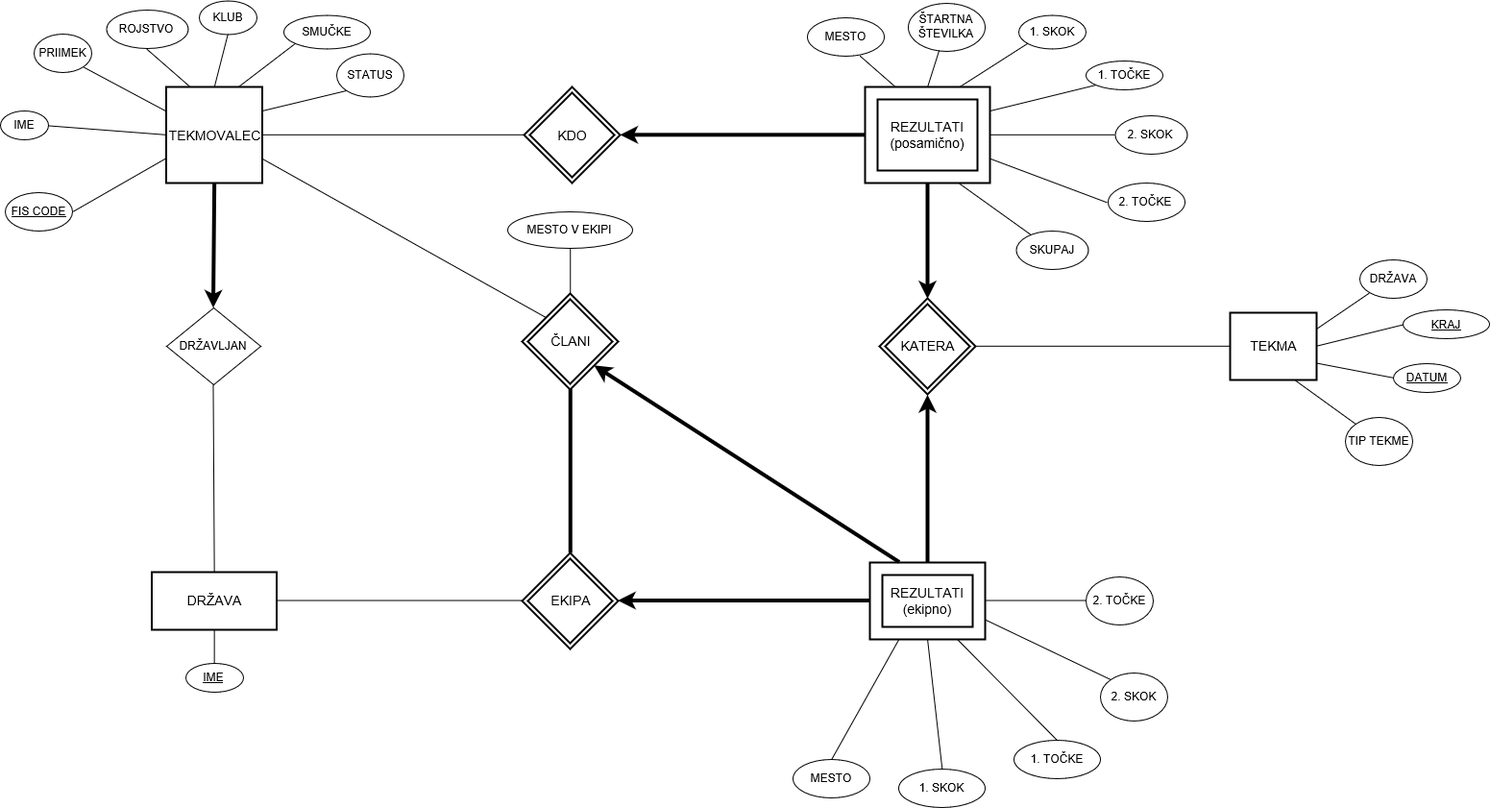
This is ER-diagram.png from Tejchy85/Skoki, a draw.io export, as it was before one commit. Source tidied: cells renumbered, new cells last; positions are measured from the earlier drawing's top-left corner, leaving out a move shared by most shapes.
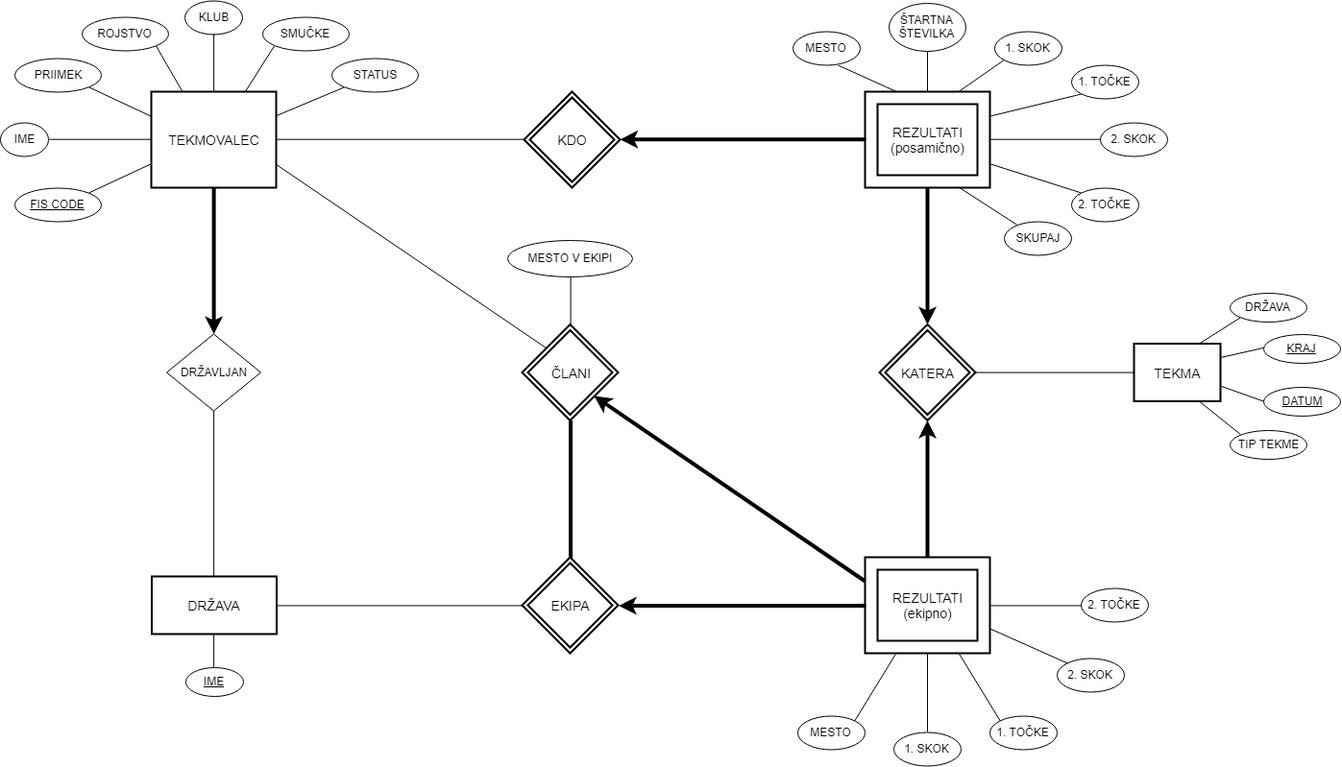
Above is the later version.

Change to the diagram source:
```diff
@@ -3,114 +3,114 @@
     <mxCell id="0" />
     <mxCell id="1" parent="0" />
     <mxCell id="2" value="2. SKOK" style="ellipse;whiteSpace=wrap;html=1;strokeWidth=1;" parent="1" vertex="1">
-      <mxGeometry x="1160" y="120" width="75" height="40" as="geometry" />
+      <mxGeometry x="1145" y="122.5" width="70" height="35" as="geometry" />
     </mxCell>
     <mxCell id="3" value="1. TOČKE" style="ellipse;whiteSpace=wrap;html=1;strokeWidth=1;" parent="1" vertex="1">
-      <mxGeometry x="1130" y="62.5" width="80" height="30" as="geometry" />
+      <mxGeometry x="1115" y="62.5" width="70" height="35" as="geometry" />
     </mxCell>
     <mxCell id="4" value="2. TOČKE" style="ellipse;whiteSpace=wrap;html=1;strokeWidth=1;" parent="1" vertex="1">
-      <mxGeometry x="1152.5" y="190" width="80" height="40" as="geometry" />
+      <mxGeometry x="1115" y="190" width="70" height="35" as="geometry" />
     </mxCell>
     <mxCell id="5" value="SKUPAJ" style="ellipse;whiteSpace=wrap;html=1;strokeWidth=1;" parent="1" vertex="1">
-      <mxGeometry x="1057.5" y="240" width="75" height="40" as="geometry" />
+      <mxGeometry x="1045" y="225" width="70" height="35" as="geometry" />
     </mxCell>
     <mxCell id="6" value="KATERA&lt;br&gt;" style="shape=rhombus;double=1;strokeWidth=2;fontSize=17;perimeter=rhombusPerimeter;whiteSpace=wrap;html=1;align=center;fontSize=14;" parent="1" vertex="1">
-      <mxGeometry x="915" y="310" width="100" height="100" as="geometry" />
+      <mxGeometry x="915" y="332.5" width="100" height="100" as="geometry" />
     </mxCell>
     <mxCell id="7" value="TEKMA&lt;br&gt;" style="strokeWidth=2;whiteSpace=wrap;html=1;align=center;fontSize=14;" parent="1" vertex="1">
-      <mxGeometry x="1280" y="325" width="90" height="70" as="geometry" />
+      <mxGeometry x="1180" y="352.5" width="90" height="60" as="geometry" />
     </mxCell>
     <mxCell id="8" style="edgeStyle=none;rounded=0;jettySize=auto;html=1;exitX=0.5;exitY=1;exitDx=0;exitDy=0;entryX=0.5;entryY=0;entryDx=0;entryDy=0;strokeWidth=4;" parent="1" edge="1" source="9" target="24">
       <mxGeometry relative="1" as="geometry" />
     </mxCell>
     <mxCell id="9" value="TEKMOVALEC&lt;br&gt;" style="strokeWidth=2;whiteSpace=wrap;html=1;align=center;fontSize=14;" parent="1" vertex="1">
-      <mxGeometry x="172.5" y="90" width="100" height="100" as="geometry" />
+      <mxGeometry x="157" y="90" width="130" height="100" as="geometry" />
     </mxCell>
     <mxCell id="10" value="IME" style="ellipse;whiteSpace=wrap;html=1;" parent="1" vertex="1">
-      <mxGeometry y="115" width="50" height="30" as="geometry" />
+      <mxGeometry y="122.5" width="50" height="35" as="geometry" />
     </mxCell>
     <mxCell id="11" value="DRŽAVA&lt;br&gt;" style="strokeWidth=2;whiteSpace=wrap;html=1;align=center;fontSize=14;" parent="1" vertex="1">
       <mxGeometry x="157.5" y="595" width="130" height="60" as="geometry" />
     </mxCell>
     <mxCell id="12" value="PRIIMEK" style="ellipse;whiteSpace=wrap;html=1;" parent="1" vertex="1">
-      <mxGeometry x="35" y="35" width="60" height="40" as="geometry" />
+      <mxGeometry x="15" y="55" width="90" height="35" as="geometry" />
     </mxCell>
-    <mxCell id="13" value="&lt;u&gt;KRAJ&lt;/u&gt;" style="ellipse;whiteSpace=wrap;html=1;strokeWidth=1;" parent="1" vertex="1">
-      <mxGeometry x="1460" y="322.5" width="90" height="30" as="geometry" />
+    <mxCell id="13" value="KRAJ" style="ellipse;strokeWidth=1;whiteSpace=wrap;html=1;fontStyle=4;" parent="1" vertex="1">
+      <mxGeometry x="1315" y="342.5" width="80" height="30" as="geometry" />
     </mxCell>
     <mxCell id="14" value="ROJSTVO" style="ellipse;whiteSpace=wrap;html=1;" parent="1" vertex="1">
-      <mxGeometry x="110" y="10" width="85" height="40" as="geometry" />
+      <mxGeometry x="85" y="12.5" width="90" height="35" as="geometry" />
     </mxCell>
     <mxCell id="15" value="&lt;u&gt;DATUM&lt;/u&gt;" style="ellipse;whiteSpace=wrap;html=1;strokeWidth=1;" parent="1" vertex="1">
-      <mxGeometry x="1450" y="378" width="70" height="30" as="geometry" />
+      <mxGeometry x="1315" y="397.5" width="80" height="30" as="geometry" />
     </mxCell>
     <mxCell id="16" value="KLUB" style="ellipse;whiteSpace=wrap;html=1;" parent="1" vertex="1">
-      <mxGeometry x="207" width="60" height="35" as="geometry" />
+      <mxGeometry x="192" y="-5" width="60" height="35" as="geometry" />
     </mxCell>
     <mxCell id="17" value="DRŽAVA" style="ellipse;whiteSpace=wrap;html=1;strokeWidth=1;" parent="1" vertex="1">
-      <mxGeometry x="1415" y="270" width="70" height="40" as="geometry" />
+      <mxGeometry x="1280" y="300" width="80" height="30" as="geometry" />
     </mxCell>
     <mxCell id="18" value="STATUS" style="ellipse;whiteSpace=wrap;html=1;" parent="1" vertex="1">
-      <mxGeometry x="350" y="55" width="70" height="45" as="geometry" />
+      <mxGeometry x="345" y="55" width="90" height="35" as="geometry" />
     </mxCell>
-    <mxCell id="19" value="TIP TEKME" style="ellipse;whiteSpace=wrap;html=1;strokeWidth=1;" parent="1" vertex="1">
-      <mxGeometry x="1400" y="434" width="70" height="50" as="geometry" />
+    <mxCell id="19" value="&lt;span&gt;TIP TEKME&lt;/span&gt;" style="ellipse;whiteSpace=wrap;html=1;strokeWidth=1;fontStyle=0;" parent="1" vertex="1">
+      <mxGeometry x="1280" y="442.5" width="80" height="30" as="geometry" />
     </mxCell>
     <mxCell id="20" value="SMUČKE" style="ellipse;whiteSpace=wrap;html=1;" parent="1" vertex="1">
-      <mxGeometry x="295" y="15" width="90" height="35" as="geometry" />
+      <mxGeometry x="272.5" y="12.5" width="90" height="35" as="geometry" />
     </mxCell>
     <mxCell id="21" value="&lt;u&gt;IME&lt;/u&gt;" style="ellipse;whiteSpace=wrap;html=1;" parent="1" vertex="1">
       <mxGeometry x="192.5" y="690" width="60" height="30" as="geometry" />
     </mxCell>
     <mxCell id="22" value="MESTO" style="ellipse;whiteSpace=wrap;html=1;" parent="1" vertex="1">
-      <mxGeometry x="840" y="17.5" width="80" height="40" as="geometry" />
+      <mxGeometry x="825" y="27.5" width="70" height="35" as="geometry" />
     </mxCell>
     <mxCell id="23" value="ŠTARTNA ŠTEVILKA" style="ellipse;whiteSpace=wrap;html=1;" parent="1" vertex="1">
-      <mxGeometry x="945" y="2.5" width="80" height="50" as="geometry" />
+      <mxGeometry x="925" y="-2.5" width="80" height="50" as="geometry" />
     </mxCell>
     <mxCell id="24" value="DRŽAVLJAN" style="rhombus;whiteSpace=wrap;html=1;" parent="1" vertex="1">
-      <mxGeometry x="173" y="320" width="98" height="80" as="geometry" />
+      <mxGeometry x="173" y="342.5" width="98" height="80" as="geometry" />
     </mxCell>
     <mxCell id="25" value="KDO&lt;br&gt;" style="shape=rhombus;double=1;strokeWidth=2;fontSize=17;perimeter=rhombusPerimeter;whiteSpace=wrap;html=1;align=center;fontSize=14;" parent="1" vertex="1">
       <mxGeometry x="545" y="90" width="100" height="100" as="geometry" />
     </mxCell>
     <mxCell id="26" value="REZULTATI (ekipno)&lt;br&gt;" style="shape=ext;strokeWidth=2;margin=10;double=1;whiteSpace=wrap;html=1;align=center;fontSize=14;" parent="1" vertex="1">
-      <mxGeometry x="905" y="585" width="120" height="80" as="geometry" />
+      <mxGeometry x="900" y="575" width="130" height="100" as="geometry" />
     </mxCell>
     <mxCell id="27" value="1. SKOK" style="ellipse;whiteSpace=wrap;html=1;strokeWidth=1;" parent="1" vertex="1">
-      <mxGeometry x="1060" y="15" width="70" height="35" as="geometry" />
+      <mxGeometry x="1035" y="27.5" width="70" height="35" as="geometry" />
     </mxCell>
     <mxCell id="28" value="&lt;u&gt;FIS CODE&lt;/u&gt;" style="ellipse;whiteSpace=wrap;html=1;" parent="1" vertex="1">
-      <mxGeometry x="5" y="200" width="70" height="40" as="geometry" />
+      <mxGeometry x="15" y="190" width="90" height="35" as="geometry" />
     </mxCell>
     <mxCell id="29" value="REZULTATI (posamično)&lt;br&gt;" style="shape=ext;strokeWidth=2;margin=10;double=1;whiteSpace=wrap;html=1;align=center;fontSize=14;" parent="1" vertex="1">
       <mxGeometry x="900" y="90" width="130" height="100" as="geometry" />
     </mxCell>
     <mxCell id="30" value="1. SKOK&lt;br&gt;" style="ellipse;whiteSpace=wrap;html=1;strokeWidth=1;" parent="1" vertex="1">
-      <mxGeometry x="935" y="800" width="90" height="40" as="geometry" />
+      <mxGeometry x="930" y="757.5" width="70" height="35" as="geometry" />
     </mxCell>
     <mxCell id="31" value="2. SKOK" style="ellipse;whiteSpace=wrap;html=1;strokeWidth=1;" parent="1" vertex="1">
-      <mxGeometry x="1145" y="700" width="70" height="50" as="geometry" />
+      <mxGeometry x="1100" y="680" width="70" height="35" as="geometry" />
     </mxCell>
     <mxCell id="32" value="2. TOČKE" style="ellipse;whiteSpace=wrap;html=1;strokeWidth=1;" parent="1" vertex="1">
-      <mxGeometry x="1130" y="600" width="70" height="50" as="geometry" />
+      <mxGeometry x="1125" y="607.5" width="70" height="35" as="geometry" />
     </mxCell>
     <mxCell id="33" value="MESTO" style="ellipse;whiteSpace=wrap;html=1;strokeWidth=1;" parent="1" vertex="1">
-      <mxGeometry x="825" y="790" width="80" height="40" as="geometry" />
+      <mxGeometry x="830" y="740" width="70" height="35" as="geometry" />
     </mxCell>
     <mxCell id="34" value="1. TOČKE" style="ellipse;whiteSpace=wrap;html=1;strokeWidth=1;" parent="1" vertex="1">
-      <mxGeometry x="1055" y="770" width="90" height="40" as="geometry" />
+      <mxGeometry x="1030" y="740" width="70" height="35" as="geometry" />
     </mxCell>
     <mxCell id="35" value="ČLANI&lt;br&gt;" style="shape=rhombus;double=1;strokeWidth=2;fontSize=17;perimeter=rhombusPerimeter;whiteSpace=wrap;html=1;align=center;fontSize=14;" parent="1" vertex="1">
-      <mxGeometry x="543" y="305" width="100" height="100" as="geometry" />
+      <mxGeometry x="543" y="332.5" width="100" height="100" as="geometry" />
     </mxCell>
     <mxCell id="36" value="EKIPA&lt;br&gt;" style="shape=rhombus;double=1;strokeWidth=2;fontSize=17;perimeter=rhombusPerimeter;whiteSpace=wrap;html=1;align=center;fontSize=14;" parent="1" vertex="1">
       <mxGeometry x="543" y="575" width="100" height="100" as="geometry" />
     </mxCell>
     <mxCell id="37" value="MESTO V EKIPI" style="ellipse;whiteSpace=wrap;html=1;strokeWidth=1;" parent="1" vertex="1">
-      <mxGeometry x="528" y="220" width="130" height="38" as="geometry" />
+      <mxGeometry x="528" y="245" width="130" height="38" as="geometry" />
     </mxCell>
-    <mxCell id="38" style="endArrow=none;html=1;entryX=0;entryY=0.75;entryDx=0;entryDy=0;exitX=1;exitY=0.5;exitDx=0;exitDy=0;" parent="1" edge="1" source="28" target="9">
+    <mxCell id="38" style="endArrow=none;html=1;entryX=0;entryY=0.75;entryDx=0;entryDy=0;exitX=1;exitY=0;exitDx=0;exitDy=0;" parent="1" edge="1" source="28" target="9">
       <mxGeometry relative="1" as="geometry" />
     </mxCell>
     <mxCell id="39" style="endArrow=none;html=1;exitX=0.675;exitY=1.013;exitDx=0;exitDy=0;exitPerimeter=0;entryX=0.25;entryY=0;entryDx=0;entryDy=0;" parent="1" edge="1" source="22" target="29">
@@ -122,7 +122,7 @@
     <mxCell id="41" style="endArrow=none;html=1;entryX=0;entryY=0.25;entryDx=0;entryDy=0;exitX=1;exitY=1;exitDx=0;exitDy=0;" parent="1" edge="1" source="12" target="9">
       <mxGeometry relative="1" as="geometry" />
     </mxCell>
-    <mxCell id="42" style="endArrow=none;html=1;entryX=0.5;entryY=1;entryDx=0;entryDy=0;exitX=0.25;exitY=0;exitDx=0;exitDy=0;" parent="1" edge="1" source="9" target="14">
+    <mxCell id="42" style="endArrow=none;html=1;entryX=1;entryY=1;entryDx=0;entryDy=0;exitX=0.25;exitY=0;exitDx=0;exitDy=0;" parent="1" edge="1" source="9" target="14">
       <mxGeometry relative="1" as="geometry" />
     </mxCell>
     <mxCell id="43" style="endArrow=none;html=1;entryX=0.5;entryY=1;entryDx=0;entryDy=0;exitX=0.5;exitY=0;exitDx=0;exitDy=0;" parent="1" edge="1" source="9" target="16">
@@ -155,10 +155,10 @@
     <mxCell id="52" style="endArrow=none;html=1;exitX=0;exitY=1;exitDx=0;exitDy=0;entryX=1;entryY=0.25;entryDx=0;entryDy=0;" parent="1" edge="1" source="3" target="29">
       <mxGeometry relative="1" as="geometry" />
     </mxCell>
-    <mxCell id="53" style="endArrow=none;html=1;entryX=0.25;entryY=1;entryDx=0;entryDy=0;exitX=0.5;exitY=0;exitDx=0;exitDy=0;" parent="1" edge="1" source="33" target="26">
+    <mxCell id="53" style="endArrow=none;html=1;entryX=0.25;entryY=1;entryDx=0;entryDy=0;exitX=1;exitY=0;exitDx=0;exitDy=0;" parent="1" edge="1" source="33" target="26">
       <mxGeometry relative="1" as="geometry" />
     </mxCell>
-    <mxCell id="54" style="endArrow=none;html=1;exitX=0;exitY=0.5;exitDx=0;exitDy=0;entryX=1;entryY=0.75;entryDx=0;entryDy=0;" parent="1" edge="1" source="4" target="29">
+    <mxCell id="54" style="endArrow=none;html=1;exitX=0;exitY=0;exitDx=0;exitDy=0;entryX=1;entryY=0.75;entryDx=0;entryDy=0;" parent="1" edge="1" source="4" target="29">
       <mxGeometry relative="1" as="geometry" />
     </mxCell>
     <mxCell id="55" style="endArrow=none;html=1;exitX=0;exitY=0.5;exitDx=0;exitDy=0;entryX=1;entryY=0.5;entryDx=0;entryDy=0;" parent="1" edge="1" source="2" target="29">
@@ -170,16 +170,16 @@
     <mxCell id="57" style="endArrow=none;html=1;entryX=0.75;entryY=1;entryDx=0;entryDy=0;" parent="1" edge="1" source="5" target="29">
       <mxGeometry relative="1" as="geometry" />
     </mxCell>
-    <mxCell id="58" style="endArrow=none;html=1;exitX=0;exitY=1;exitDx=0;exitDy=0;entryX=1;entryY=0.25;entryDx=0;entryDy=0;" parent="1" edge="1" source="17" target="7">
+    <mxCell id="58" style="endArrow=none;html=1;exitX=0;exitY=1;exitDx=0;exitDy=0;entryX=0.75;entryY=0;entryDx=0;entryDy=0;" parent="1" edge="1" source="17" target="7">
       <mxGeometry relative="1" as="geometry" />
     </mxCell>
-    <mxCell id="59" style="endArrow=none;html=1;entryX=0.75;entryY=1;entryDx=0;entryDy=0;exitX=0.5;exitY=0;exitDx=0;exitDy=0;" parent="1" edge="1" source="34" target="26">
+    <mxCell id="59" style="endArrow=none;html=1;entryX=0.75;entryY=1;entryDx=0;entryDy=0;exitX=0;exitY=0;exitDx=0;exitDy=0;" parent="1" edge="1" source="34" target="26">
       <mxGeometry relative="1" as="geometry" />
     </mxCell>
     <mxCell id="60" style="endArrow=none;html=1;entryX=1;entryY=0.75;entryDx=0;entryDy=0;exitX=0;exitY=0;exitDx=0;exitDy=0;" parent="1" edge="1" source="31" target="26">
       <mxGeometry relative="1" as="geometry" />
     </mxCell>
-    <mxCell id="61" style="endArrow=none;html=1;exitX=0;exitY=0.5;exitDx=0;exitDy=0;entryX=1;entryY=0.5;entryDx=0;entryDy=0;" parent="1" edge="1" source="13" target="7">
+    <mxCell id="61" style="endArrow=none;html=1;exitX=0;exitY=0.5;exitDx=0;exitDy=0;entryX=1;entryY=0.25;entryDx=0;entryDy=0;" parent="1" edge="1" source="13" target="7">
       <mxGeometry relative="1" as="geometry" />
     </mxCell>
     <mxCell id="62" style="endArrow=none;html=1;entryX=1;entryY=0.75;entryDx=0;entryDy=0;exitX=0;exitY=0.5;exitDx=0;exitDy=0;" parent="1" edge="1" source="15" target="7">
@@ -215,8 +215,10 @@
     <mxCell id="72" style="endArrow=none;html=1;strokeWidth=4;entryX=0.5;entryY=0;entryDx=0;entryDy=0;exitX=0.5;exitY=1;exitDx=0;exitDy=0;" parent="1" edge="1" source="35" target="36">
       <mxGeometry relative="1" as="geometry" />
     </mxCell>
-    <mxCell id="73" style="endArrow=none;html=1;strokeWidth=4;entryX=0.25;entryY=0;entryDx=0;entryDy=0;exitX=1;exitY=1;exitDx=0;exitDy=0;startArrow=classic;startFill=1;" parent="1" edge="1" source="35" target="26">
-      <mxGeometry relative="1" as="geometry" />
+    <mxCell id="73" style="endArrow=none;html=1;strokeWidth=4;exitX=1;exitY=1;exitDx=0;exitDy=0;startArrow=classic;startFill=1;" parent="1" edge="1" source="35">
+      <mxGeometry relative="1" as="geometry">
+        <mxPoint x="900" y="600" as="targetPoint" />
+      </mxGeometry>
     </mxCell>
   </root>
 </mxGraphModel>
```
